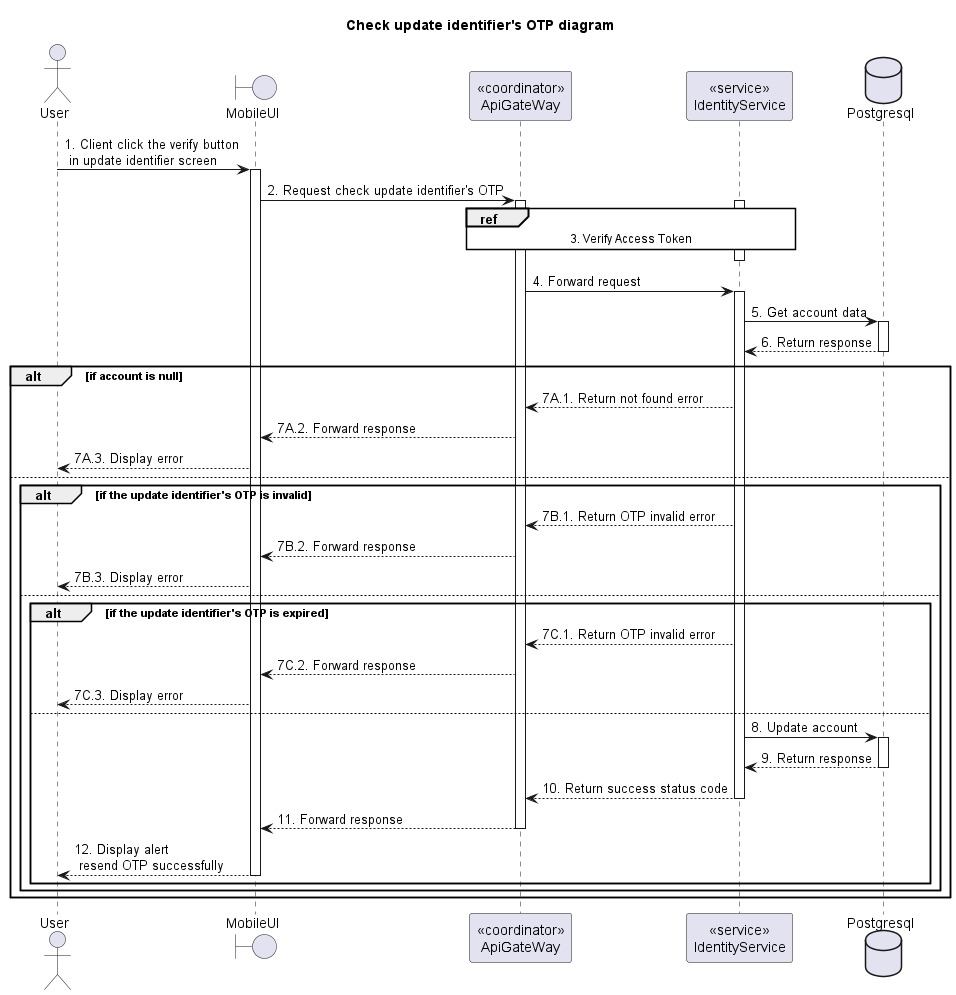
This is doc/SDS/Identity/CheckUpdateIdentifierOTP/Sequence.png from Carl-Johnsons/tastopia, a PlantUML export, as it was before one commit. Source of this version:
```plantuml
@startuml Sequence
title "Check update identifier's OTP diagram"

<style>
  sequenceDiagram {
    reference {
      BackGroundColor white
    }
}
</style>

actor User
boundary MobileUI
participant "<<coordinator>>\nApiGateWay" as ApiGateway
participant "<<service>>\nIdentityService" as IdentityService
database Postgresql

User -> MobileUI ++: 1. Client click the verify button\n in update identifier screen
MobileUI -> ApiGateway ++: 2. Request check update identifier's OTP

activate IdentityService
ref over ApiGateway, IdentityService: 3. Verify Access Token
ApiGateway -[hidden]-> IdentityService
deactivate IdentityService

ApiGateway -> IdentityService ++: 4. Forward request
IdentityService -> Postgresql ++: 5. Get account data
IdentityService <-- Postgresql --: 6. Return response

alt if account is null
    ApiGateway <-- IdentityService: 7A.1. Return not found error
    MobileUI <-- ApiGateway: 7A.2. Forward response
    User <-- MobileUI: 7A.3. Display error
else
    alt if the update identifier's OTP is invalid
      ApiGateway <-- IdentityService: 7B.1. Return OTP invalid error
      MobileUI <-- ApiGateway: 7B.2. Forward response
      User <-- MobileUI: 7B.3. Display error
    else
      alt if the update identifier's OTP is expired
        ApiGateway <-- IdentityService: 7C.1. Return OTP invalid error
        MobileUI <-- ApiGateway: 7C.2. Forward response
        User <-- MobileUI: 7C.3. Display error
      else
        IdentityService -> Postgresql ++: 8. Update account
        IdentityService <-- Postgresql --: 9. Return response
        ApiGateway <-- IdentityService --: 10. Return success status code
        MobileUI <-- ApiGateway --: 11. Forward response
        User <-- MobileUI --: 12. Display alert\n resend OTP successfully
      end
    end
end

@enduml
```
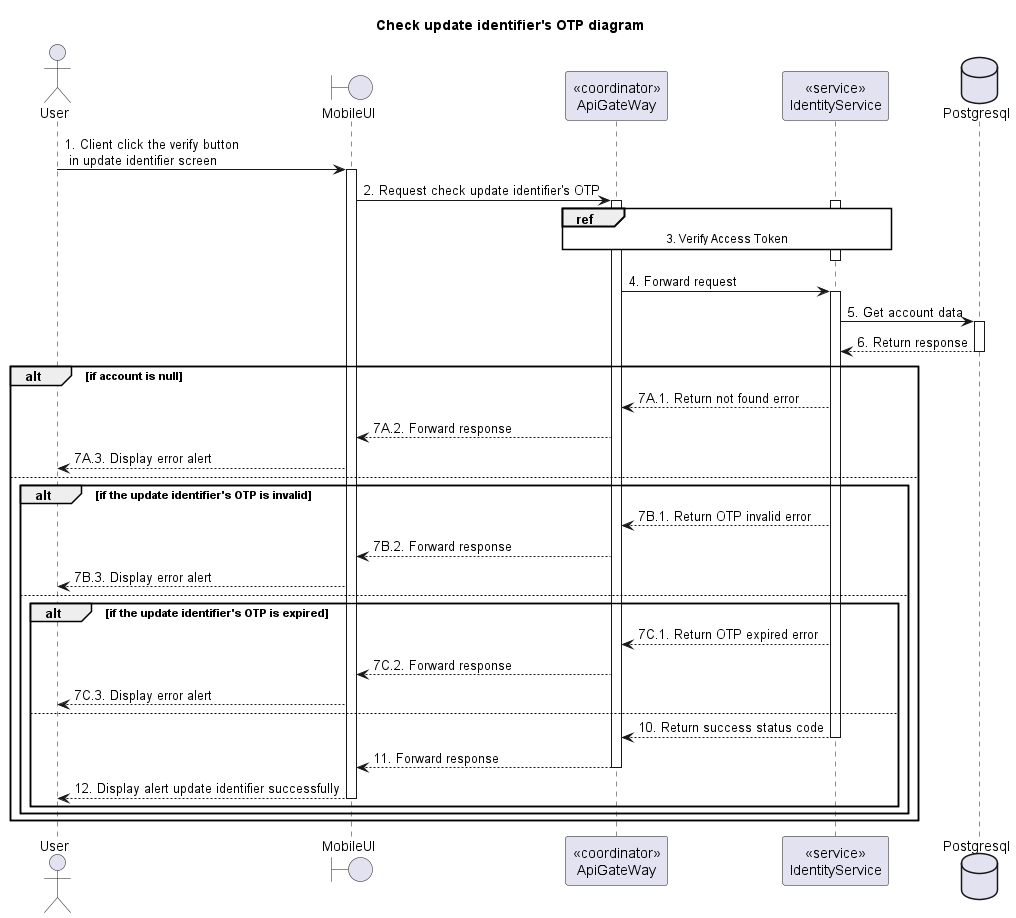
The same file after the commit.

Change to the diagram source:
```diff
@@ -28,27 +28,25 @@
 IdentityService <-- Postgresql --: 6. Return response
 
 alt if account is null
-    ApiGateway <-- IdentityService: 7A.1. Return not found error
-    MobileUI <-- ApiGateway: 7A.2. Forward response
-    User <-- MobileUI: 7A.3. Display error
+  ApiGateway <-- IdentityService: 7A.1. Return not found error
+  MobileUI <-- ApiGateway: 7A.2. Forward response
+  User <-- MobileUI: 7A.3. Display error alert
 else
-    alt if the update identifier's OTP is invalid
-      ApiGateway <-- IdentityService: 7B.1. Return OTP invalid error
-      MobileUI <-- ApiGateway: 7B.2. Forward response
-      User <-- MobileUI: 7B.3. Display error
+  alt if the update identifier's OTP is invalid
+    ApiGateway <-- IdentityService: 7B.1. Return OTP invalid error
+    MobileUI <-- ApiGateway: 7B.2. Forward response
+    User <-- MobileUI: 7B.3. Display error alert
+  else
+    alt if the update identifier's OTP is expired
+      ApiGateway <-- IdentityService: 7C.1. Return OTP expired error
+      MobileUI <-- ApiGateway: 7C.2. Forward response
+      User <-- MobileUI: 7C.3. Display error alert
     else
-      alt if the update identifier's OTP is expired
-        ApiGateway <-- IdentityService: 7C.1. Return OTP invalid error
-        MobileUI <-- ApiGateway: 7C.2. Forward response
-        User <-- MobileUI: 7C.3. Display error
-      else
-        IdentityService -> Postgresql ++: 8. Update account
-        IdentityService <-- Postgresql --: 9. Return response
-        ApiGateway <-- IdentityService --: 10. Return success status code
-        MobileUI <-- ApiGateway --: 11. Forward response
-        User <-- MobileUI --: 12. Display alert\n resend OTP successfully
-      end
+      ApiGateway <-- IdentityService --: 10. Return success status code
+      MobileUI <-- ApiGateway --: 11. Forward response
+      User <-- MobileUI --: 12. Display alert update identifier successfully
     end
+  end
 end
 
 @enduml
```
